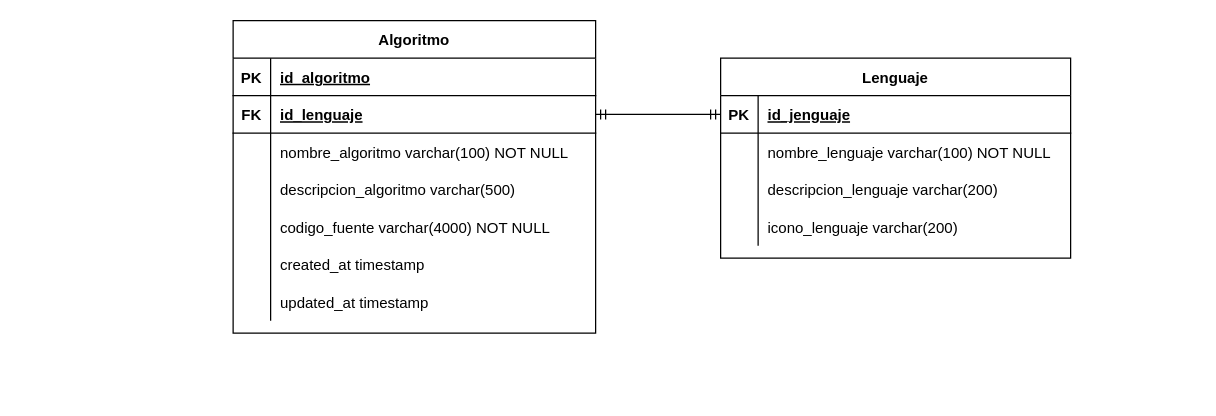
Earlier version of the draw.io diagram diagramas/er/er.drawio (mateomtz199/algoritmosbd). Source tidied: cells renumbered, new cells numbered last; positions are measured from the earlier drawing's top-left corner, leaving out a move shared by most shapes. Both pictures are drawn from the tidied source at 125%, with x=0, y=0 at pixel (232, 20).
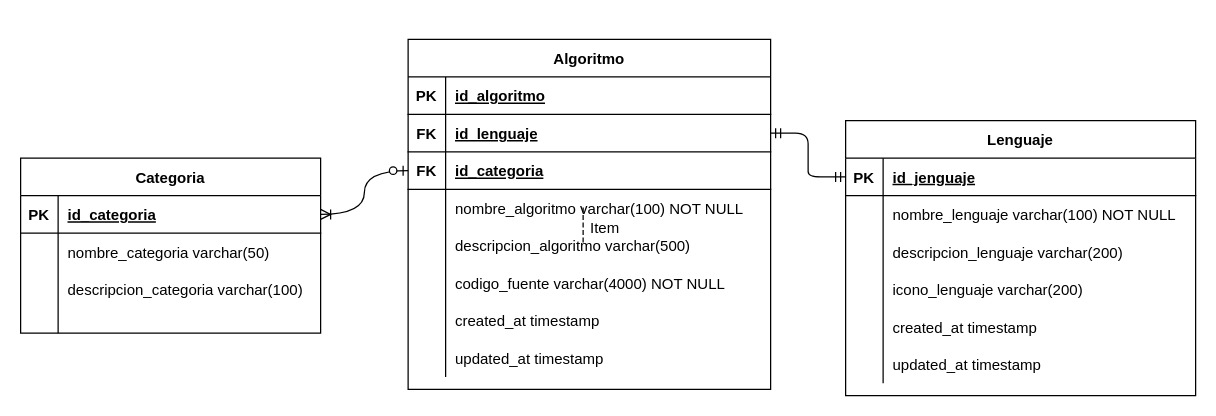
After the change.

Commit message (it also covers changes not shown here):
Se agrega la tabla categoria al modelo ER

The change refers to these unchanged cells:
```xml
<mxCell id="6" style="shape=partialRectangle;fillColor=none;points=[[0,0.5],[1,0.5]];portConstraint=eastwest;top=0;left=0;right=0;bottom=1;" parent="2" vertex="1">
  <mxGeometry y="60" width="290" height="30" as="geometry" />
</mxCell>
<mxCell id="25" style="shape=partialRectangle;fillColor=none;points=[[0,0.5],[1,0.5]];portConstraint=eastwest;top=0;left=0;right=0;bottom=1;" parent="24" vertex="1">
  <mxGeometry y="30" width="280" height="30" as="geometry" />
</mxCell>
```

Change to the diagram source:
```diff
@@
+    <mxCell id="37" style="edgeStyle=entityRelationEdgeStyle;fontSize=12;html=1;endArrow=ERmandOne;startArrow=ERmandOne;entryX=0;entryY=0.5;entryDx=0;entryDy=0;exitX=1;exitY=0.5;exitDx=0;exitDy=0;" parent="1" edge="1" source="6" target="25">
+      <mxGeometry relative="1" as="geometry" />
+    </mxCell>
     <mxCell id="2" value="Algoritmo" style="shape=table;startSize=30;childLayout=tableLayout;rowLines=0;fontStyle=1;align=center;" parent="1" vertex="1">
-      <mxGeometry width="290" height="250" as="geometry" />
+      <mxGeometry x="140" y="15" width="290" height="280" as="geometry" />
     </mxCell>
@@
+    <mxCell id="38" style="shape=partialRectangle;fillColor=none;points=[[0,0.5],[1,0.5]];portConstraint=eastwest;top=0;left=0;right=0;bottom=1;" parent="2" vertex="1">
+      <mxGeometry y="90" width="290" height="30" as="geometry" />
+    </mxCell>
+    <mxCell id="39" value="FK" style="shape=partialRectangle;overflow=hidden;fillColor=none;top=0;left=0;bottom=0;right=0;fontStyle=1;" parent="38" vertex="1">
+      <mxGeometry width="30" height="30" as="geometry" />
+    </mxCell>
+    <mxCell id="40" value="id_categoria" style="shape=partialRectangle;overflow=hidden;fillColor=none;top=0;left=0;bottom=0;right=0;align=left;spacingLeft=6;fontStyle=5;" parent="38" vertex="1">
+      <mxGeometry x="30" width="260" height="30" as="geometry" />
+    </mxCell>
     <mxCell id="9" style="shape=partialRectangle;fillColor=none;top=0;left=0;right=0;bottom=0;" parent="2" vertex="1">
-      <mxGeometry y="90" width="290" height="30" as="geometry" />
+      <mxGeometry y="120" width="290" height="30" as="geometry" />
     </mxCell>
@@
     <mxCell id="12" style="shape=partialRectangle;fillColor=none;top=0;left=0;right=0;bottom=0;" parent="2" vertex="1">
-      <mxGeometry y="120" width="290" height="30" as="geometry" />
+      <mxGeometry y="150" width="290" height="30" as="geometry" />
     </mxCell>
@@
     <mxCell id="15" style="shape=partialRectangle;fillColor=none;top=0;left=0;right=0;bottom=0;" parent="2" vertex="1">
-      <mxGeometry y="150" width="290" height="30" as="geometry" />
+      <mxGeometry y="180" width="290" height="30" as="geometry" />
     </mxCell>
@@
     <mxCell id="18" style="shape=partialRectangle;fillColor=none;top=0;left=0;right=0;bottom=0;" parent="2" vertex="1">
-      <mxGeometry y="180" width="290" height="30" as="geometry" />
+      <mxGeometry y="210" width="290" height="30" as="geometry" />
     </mxCell>
@@
     <mxCell id="21" style="shape=partialRectangle;fillColor=none;top=0;left=0;right=0;bottom=0;" parent="2" vertex="1">
-      <mxGeometry y="210" width="290" height="30" as="geometry" />
+      <mxGeometry y="240" width="290" height="30" as="geometry" />
     </mxCell>
@@
+    <mxCell id="41" style="fontSize=12;html=1;endArrow=ERoneToMany;startArrow=ERzeroToOne;entryX=1;entryY=0.5;entryDx=0;entryDy=0;exitX=0;exitY=0.5;exitDx=0;exitDy=0;edgeStyle=orthogonalEdgeStyle;curved=1;" parent="1" edge="1" source="38" target="43">
+      <mxGeometry relative="1" as="geometry" />
+    </mxCell>
+    <mxCell id="42" value="Categoria" style="shape=table;startSize=30;childLayout=tableLayout;rowLines=0;fontStyle=1;align=center;" parent="1" vertex="1">
+      <mxGeometry x="-170" y="110" width="240" height="140" as="geometry" />
+    </mxCell>
+    <mxCell id="43" style="shape=partialRectangle;fillColor=none;top=0;left=0;bottom=1;right=0;points=[[0,0.5],[1,0.5]];portConstraint=eastwest;" parent="42" vertex="1">
+      <mxGeometry y="30" width="240" height="30" as="geometry" />
+    </mxCell>
+    <mxCell id="44" value="PK" style="shape=partialRectangle;fillColor=none;top=0;left=0;bottom=0;right=0;fontStyle=1;overflow=hidden;" parent="43" vertex="1">
+      <mxGeometry width="30" height="30" as="geometry" />
+    </mxCell>
+    <mxCell id="45" value="id_categoria" style="shape=partialRectangle;fillColor=none;top=0;left=0;bottom=0;right=0;align=left;spacingLeft=6;fontStyle=5;overflow=hidden;" parent="43" vertex="1">
+      <mxGeometry x="30" width="210" height="30" as="geometry" />
+    </mxCell>
+    <mxCell id="46" style="shape=partialRectangle;fillColor=none;top=0;left=0;bottom=0;right=0;" parent="42" vertex="1">
+      <mxGeometry y="60" width="240" height="30" as="geometry" />
+    </mxCell>
+    <mxCell id="47" style="shape=partialRectangle;fillColor=none;top=0;left=0;bottom=0;right=0;overflow=hidden;" parent="46" vertex="1">
+      <mxGeometry width="30" height="30" as="geometry" />
+    </mxCell>
+    <mxCell id="48" value="nombre_categoria varchar(50)" style="shape=partialRectangle;fillColor=none;top=0;left=0;bottom=0;right=0;align=left;spacingLeft=6;overflow=hidden;" parent="46" vertex="1">
+      <mxGeometry x="30" width="210" height="30" as="geometry" />
+    </mxCell>
+    <mxCell id="49" style="shape=partialRectangle;fillColor=none;top=0;left=0;bottom=0;right=0;" parent="42" vertex="1">
+      <mxGeometry y="90" width="240" height="30" as="geometry" />
+    </mxCell>
+    <mxCell id="50" style="shape=partialRectangle;fillColor=none;top=0;left=0;bottom=0;right=0;overflow=hidden;" parent="49" vertex="1">
+      <mxGeometry width="30" height="30" as="geometry" />
+    </mxCell>
+    <mxCell id="51" value="descripcion_categoria varchar(100)" style="shape=partialRectangle;fillColor=none;top=0;left=0;bottom=0;right=0;align=left;spacingLeft=6;overflow=hidden;" parent="49" vertex="1">
+      <mxGeometry x="30" width="210" height="30" as="geometry" />
+    </mxCell>
+    <mxCell id="52" style="shape=partialRectangle;fillColor=none;top=0;left=0;bottom=0;right=0;" parent="42" vertex="1">
+      <mxGeometry y="120" width="240" height="20" as="geometry" />
+    </mxCell>
+    <mxCell id="53" style="shape=partialRectangle;fillColor=none;top=0;left=0;bottom=0;right=0;overflow=hidden;" parent="52" vertex="1">
+      <mxGeometry width="30" height="20" as="geometry" />
+    </mxCell>
+    <mxCell id="54" style="shape=partialRectangle;fillColor=none;top=0;left=0;bottom=0;right=0;align=left;spacingLeft=6;overflow=hidden;" parent="52" vertex="1">
+      <mxGeometry x="30" width="210" height="20" as="geometry" />
+    </mxCell>
     <mxCell id="24" value="Lenguaje" style="shape=table;startSize=30;childLayout=tableLayout;rowLines=0;fontStyle=1;align=center;" parent="1" vertex="1">
-      <mxGeometry x="390" y="30" width="280" height="160" as="geometry" />
+      <mxGeometry x="490" y="80" width="280" height="220" as="geometry" />
     </mxCell>
@@
-    <mxCell id="37" style="edgeStyle=entityRelationEdgeStyle;fontSize=12;html=1;endArrow=ERmandOne;startArrow=ERmandOne;entryX=0;entryY=0.5;entryDx=0;entryDy=0;exitX=1;exitY=0.5;exitDx=0;exitDy=0;" parent="1" edge="1" source="6" target="25">
-      <mxGeometry relative="1" as="geometry" />
-    </mxCell>
+    <mxCell id="55" style="shape=partialRectangle;fillColor=none;top=0;left=0;right=0;bottom=0;" parent="24" vertex="1">
+      <mxGeometry y="150" width="280" height="30" as="geometry" />
+    </mxCell>
+    <mxCell id="56" style="shape=partialRectangle;overflow=hidden;fillColor=none;top=0;left=0;bottom=0;right=0;" parent="55" vertex="1">
+      <mxGeometry width="30" height="30" as="geometry" />
+    </mxCell>
+    <mxCell id="57" value="created_at timestamp" style="shape=partialRectangle;overflow=hidden;fillColor=none;top=0;left=0;bottom=0;right=0;align=left;spacingLeft=6;" parent="55" vertex="1">
+      <mxGeometry x="30" width="250" height="30" as="geometry" />
+    </mxCell>
+    <mxCell id="58" style="shape=partialRectangle;fillColor=none;top=0;left=0;right=0;bottom=0;" parent="24" vertex="1">
+      <mxGeometry y="180" width="280" height="30" as="geometry" />
+    </mxCell>
+    <mxCell id="59" style="shape=partialRectangle;overflow=hidden;fillColor=none;top=0;left=0;bottom=0;right=0;" parent="58" vertex="1">
+      <mxGeometry width="30" height="30" as="geometry" />
+    </mxCell>
+    <mxCell id="60" value="updated_at timestamp" style="shape=partialRectangle;overflow=hidden;fillColor=none;top=0;left=0;bottom=0;right=0;align=left;spacingLeft=6;" parent="58" vertex="1">
+      <mxGeometry x="30" width="250" height="30" as="geometry" />
+    </mxCell>
+    <mxCell id="61" value="Item" style="shape=partialRectangle;fillColor=none;align=left;verticalAlign=middle;strokeColor=none;spacingLeft=34;" parent="1" vertex="1">
+      <mxGeometry x="250" y="150" width="90" height="30" as="geometry" />
+    </mxCell>
+    <mxCell id="62" style="shape=partialRectangle;top=0;left=0;bottom=0;fillColor=none;stokeWidth=1;dashed=1;align=left;verticalAlign=middle;spacingLeft=4;spacingRight=4;overflow=hidden;" parent="61" vertex="1">
+      <mxGeometry width="30" height="30" as="geometry" />
+    </mxCell>
```
